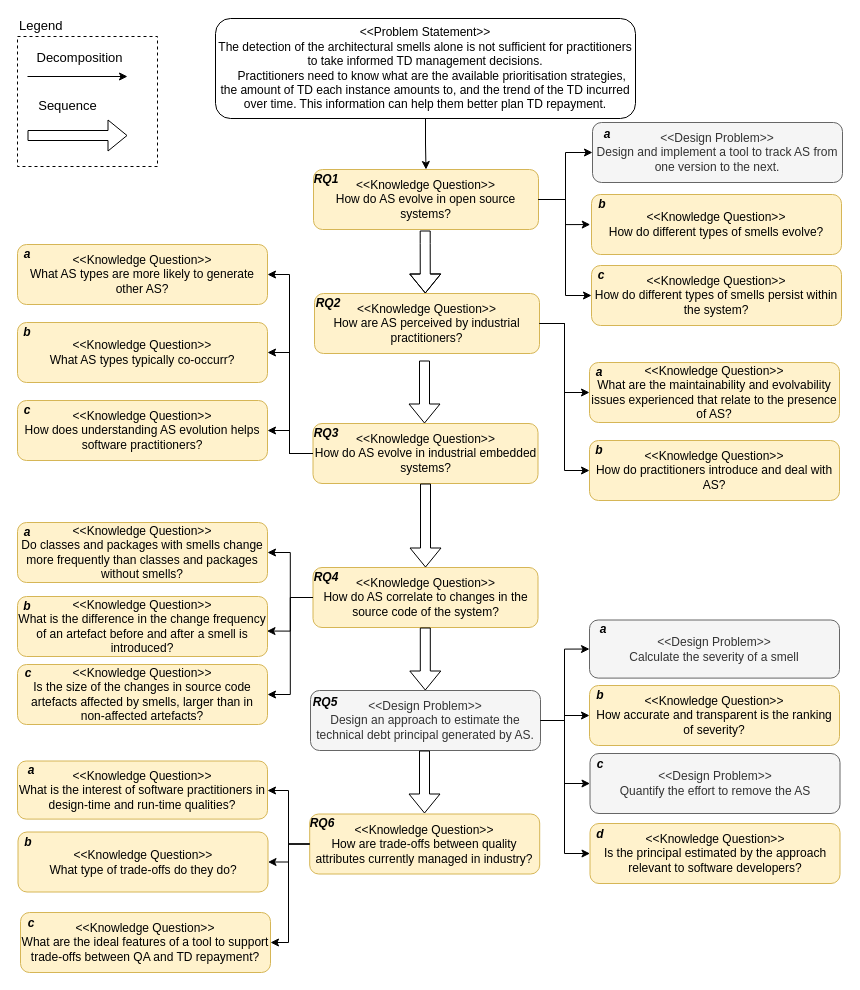
The draw.io diagram Figures/c1/problem-decomposition.drawio in darius-sas/phd-dissertation, before the edit. Source tidied: cells renumbered, new cells numbered last; positions are measured from the earlier drawing's top-left corner, leaving out a move shared by most shapes. Both pictures are drawn from the tidied source at 100%, with x=0, y=0 at pixel (17, 18).
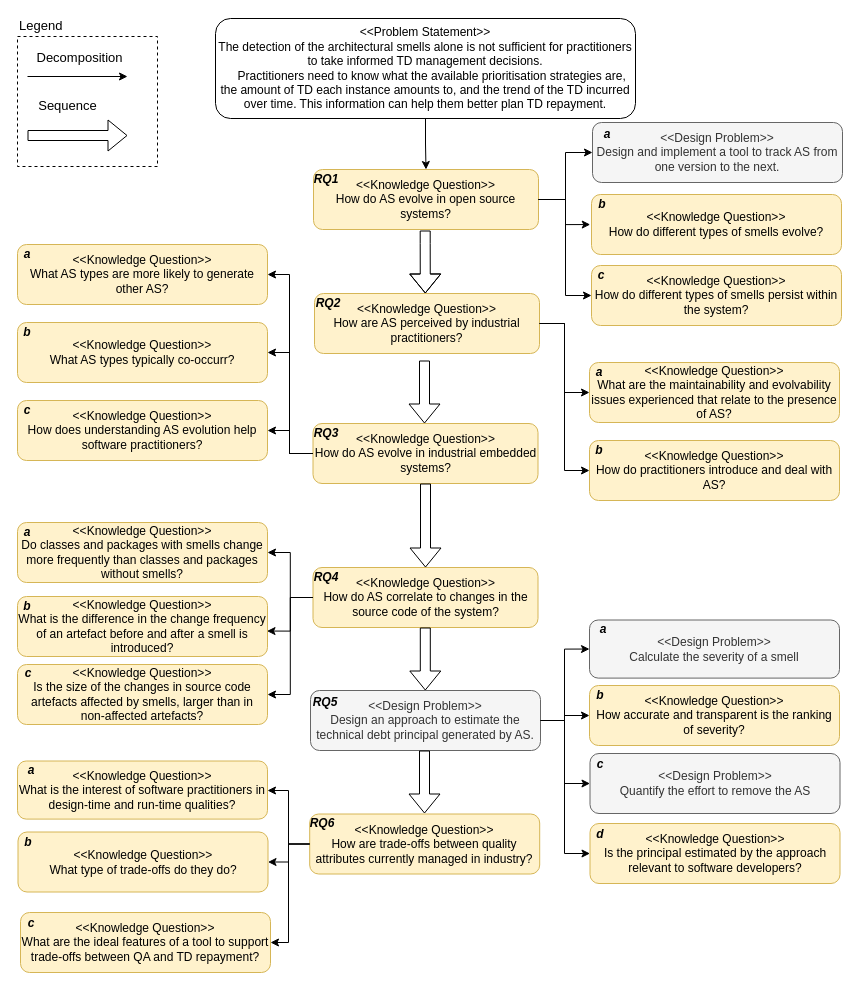
After the change.

Commit message (it also covers changes not shown here):
Updated problem decomposition

Unchanged cells that the change refers to:
```xml
<mxCell id="82" style="group;" parent="1" vertex="1">
  <mxGeometry y="374" width="250" height="60" as="geometry" />
</mxCell>
```

Change to the diagram source:
```diff
@@
-    <mxCell id="3" value="&lt;div&gt;&amp;lt;&amp;lt;Problem Statement&amp;gt;&amp;gt;&lt;/div&gt;&lt;div&gt;&lt;div&gt;The detection of the architectural smells alone is not sufficient for practitioners to take informed TD management decisions.&lt;/div&gt;&lt;div&gt;&amp;nbsp; &amp;nbsp; Practitioners need to know what are the available prioritisation strategies, the amount of TD each instance amounts to, and the trend of the TD incurred over time. This information can help them better plan TD repayment.&lt;/div&gt;&lt;/div&gt;" style="rounded=1;whiteSpace=wrap;html=1;" parent="1" vertex="1">
+    <mxCell id="3" value="&lt;div&gt;&amp;lt;&amp;lt;Problem Statement&amp;gt;&amp;gt;&lt;/div&gt;&lt;div&gt;&lt;div&gt;The detection of the architectural smells alone is not sufficient for practitioners to take informed TD management decisions.&lt;/div&gt;&lt;div&gt;&amp;nbsp; &amp;nbsp; Practitioners need to know what the available prioritisation strategies are, the amount of TD each instance amounts to, and the trend of the TD incurred over time. This information can help them better plan TD repayment.&lt;/div&gt;&lt;/div&gt;" style="rounded=1;whiteSpace=wrap;html=1;" parent="1" vertex="1">
       <mxGeometry x="198" width="420" height="100" as="geometry" />
     </mxCell>
@@
-    <mxCell id="83" value="&amp;lt;&amp;lt;Knowledge Question&amp;gt;&amp;gt;&lt;br&gt;How does understanding AS evolution helps software practitioners?" style="rounded=1;whiteSpace=wrap;html=1;fillColor=#fff2cc;strokeColor=#d6b656;" parent="82" vertex="1">
+    <mxCell id="83" value="&amp;lt;&amp;lt;Knowledge Question&amp;gt;&amp;gt;&lt;br&gt;How does understanding AS evolution help software practitioners?" style="rounded=1;whiteSpace=wrap;html=1;fillColor=#fff2cc;strokeColor=#d6b656;" parent="82" vertex="1">
       <mxGeometry y="8" width="250" height="60" as="geometry" />
     </mxCell>
```
